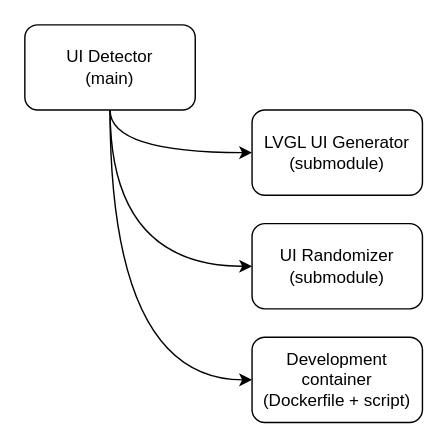
Before: page "Overview" (1 of 4) of doc/project-architecture.drawio in HackXIt/lvgl-ui-detector, a draw.io diagram. Source tidied: cells renumbered, new cells numbered last; positions are measured from the earlier drawing's top-left corner, leaving out a move shared by most shapes. Both pictures are drawn from the tidied source at 142%, with x=0, y=0 at pixel (24, 24).
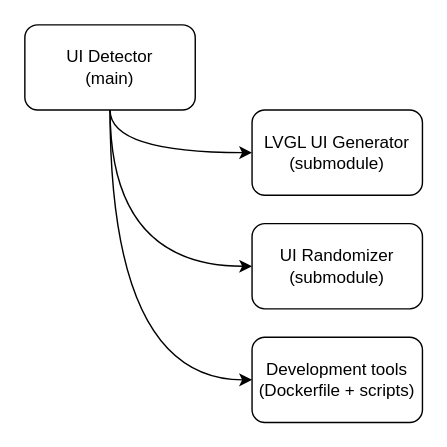
Above is the later version.

The edit, as a diff of the source:
```diff
@@
 <mxGraphModel>
   <root>
     <mxCell id="0" />
     <mxCell id="1" parent="0" />
     <mxCell id="2" style="edgeStyle=orthogonalEdgeStyle;rounded=0;jettySize=auto;html=1;exitX=0.5;exitY=1;exitDx=0;exitDy=0;entryX=0;entryY=0.5;entryDx=0;entryDy=0;curved=1;" parent="1" edge="1" source="5" target="6">
       <mxGeometry relative="1" as="geometry" />
     </mxCell>
     <mxCell id="3" style="edgeStyle=orthogonalEdgeStyle;rounded=0;jettySize=auto;html=1;exitX=0.5;exitY=1;exitDx=0;exitDy=0;entryX=0;entryY=0.5;entryDx=0;entryDy=0;curved=1;" parent="1" edge="1" source="5" target="7">
       <mxGeometry relative="1" as="geometry" />
     </mxCell>
     <mxCell id="4" style="edgeStyle=orthogonalEdgeStyle;rounded=0;jettySize=auto;html=1;exitX=0.5;exitY=1;exitDx=0;exitDy=0;entryX=0;entryY=0.5;entryDx=0;entryDy=0;curved=1;" parent="1" edge="1" source="5" target="8">
       <mxGeometry relative="1" as="geometry" />
     </mxCell>
     <mxCell id="5" value="UI Detector&lt;br&gt;(main)" style="rounded=1;whiteSpace=wrap;html=1;" parent="1" vertex="1">
       <mxGeometry width="120" height="60" as="geometry" />
     </mxCell>
     <mxCell id="6" value="LVGL UI Generator&lt;br&gt;(submodule)" style="rounded=1;whiteSpace=wrap;html=1;" parent="1" vertex="1">
       <mxGeometry x="160" y="60" width="120" height="60" as="geometry" />
     </mxCell>
     <mxCell id="7" value="UI Randomizer&lt;br&gt;(submodule)" style="rounded=1;whiteSpace=wrap;html=1;" parent="1" vertex="1">
       <mxGeometry x="160" y="140" width="120" height="60" as="geometry" />
     </mxCell>
-    <mxCell id="8" value="Development container&lt;br&gt;(Dockerfile + script)" style="rounded=1;whiteSpace=wrap;html=1;" parent="1" vertex="1">
+    <mxCell id="8" value="Development tools&lt;br&gt;(Dockerfile + scripts)" style="rounded=1;whiteSpace=wrap;html=1;" parent="1" vertex="1">
       <mxGeometry x="160" y="220" width="120" height="60" as="geometry" />
     </mxCell>
   </root>
 </mxGraphModel>
```
